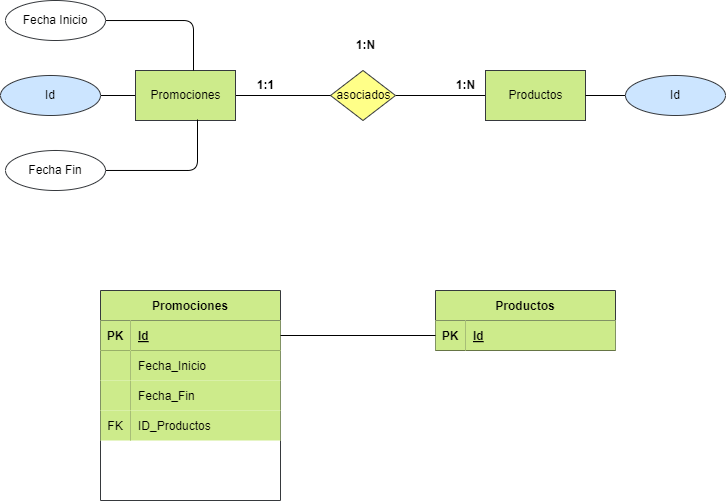
Earlier version of the draw.io export Ejercicio2/ejercicio14.drawio.png (SaulHdez93/BAE). Source tidied: cells renumbered, new cells last; positions are measured from the earlier drawing's top-left corner, leaving out a move shared by most shapes. Source of this version:
```xml
<mxGraphModel>
  <root>
    <mxCell id="0" />
    <mxCell id="1" parent="0" />
    <mxCell id="2" value="Libro" style="html=1;dashed=0;whitespace=wrap;fillColor=#cdeb8b;strokeColor=#36393d;" parent="1" vertex="1">
      <mxGeometry x="135" y="70" width="100" height="50" as="geometry" />
    </mxCell>
    <mxCell id="3" style="edgeStyle=none;html=1;fontColor=#000000;endArrow=none;endFill=0;" parent="1" edge="1" source="4" target="8">
      <mxGeometry relative="1" as="geometry" />
    </mxCell>
    <mxCell id="4" value="asociados" style="shape=rhombus;html=1;dashed=0;whitespace=wrap;perimeter=rhombusPerimeter;fillColor=#ffff88;strokeColor=#36393d;fontColor=#000000;" parent="1" vertex="1">
      <mxGeometry x="330" y="70" width="65" height="50" as="geometry" />
    </mxCell>
    <mxCell id="5" style="edgeStyle=none;html=1;fontColor=#000000;endArrow=none;endFill=0;" parent="1" edge="1" source="7" target="4">
      <mxGeometry relative="1" as="geometry" />
    </mxCell>
    <mxCell id="6" style="edgeStyle=none;html=1;endArrow=none;endFill=0;" parent="1" edge="1" source="7" target="37">
      <mxGeometry relative="1" as="geometry" />
    </mxCell>
    <mxCell id="7" value="Promociones" style="html=1;dashed=0;whitespace=wrap;fillColor=#cdeb8b;strokeColor=#36393d;fontColor=#000000;" parent="1" vertex="1">
      <mxGeometry x="135" y="70" width="100" height="50" as="geometry" />
    </mxCell>
    <mxCell id="8" value="Productos" style="html=1;dashed=0;whitespace=wrap;fillColor=#cdeb8b;strokeColor=#36393d;fontColor=#000000;" parent="1" vertex="1">
      <mxGeometry x="485" y="70" width="100" height="50" as="geometry" />
    </mxCell>
    <mxCell id="9" value="&lt;b&gt;1:1&lt;/b&gt;" style="text;html=1;align=center;verticalAlign=middle;strokeColor=none;fillColor=none;fontColor=#000000;" parent="1" vertex="1">
      <mxGeometry x="245" y="70" width="40" height="30" as="geometry" />
    </mxCell>
    <mxCell id="10" value="&lt;b&gt;1:N&lt;/b&gt;" style="text;html=1;align=center;verticalAlign=middle;strokeColor=none;fillColor=none;fontColor=#000000;" parent="1" vertex="1">
      <mxGeometry x="445" y="70" width="40" height="30" as="geometry" />
    </mxCell>
    <mxCell id="11" value="&lt;b&gt;1:N&lt;/b&gt;" style="text;html=1;align=center;verticalAlign=middle;strokeColor=none;fillColor=none;fontColor=#000000;" parent="1" vertex="1">
      <mxGeometry x="345" y="30" width="40" height="30" as="geometry" />
    </mxCell>
    <mxCell id="12" style="edgeStyle=orthogonalEdgeStyle;html=1;fontColor=#000000;endArrow=none;endFill=0;" parent="1" edge="1" source="13" target="8">
      <mxGeometry relative="1" as="geometry" />
    </mxCell>
    <mxCell id="13" value="Id" style="ellipse;whiteSpace=wrap;html=1;align=center;fillColor=#cce5ff;strokeColor=#36393d;fontColor=#000000;" parent="1" vertex="1">
      <mxGeometry x="625" y="75" width="100" height="40" as="geometry" />
    </mxCell>
    <mxCell id="14" style="edgeStyle=orthogonalEdgeStyle;html=1;entryX=0.58;entryY=0;entryDx=0;entryDy=0;entryPerimeter=0;endArrow=none;endFill=0;" parent="1" edge="1" source="15" target="7">
      <mxGeometry relative="1" as="geometry" />
    </mxCell>
    <mxCell id="15" value="Fecha Inicio" style="ellipse;whiteSpace=wrap;html=1;align=center;fillColor=#FFFFFF;strokeColor=#36393d;fontColor=#000000;" parent="1" vertex="1">
      <mxGeometry x="5" width="100" height="40" as="geometry" />
    </mxCell>
    <mxCell id="16" style="edgeStyle=orthogonalEdgeStyle;html=1;entryX=0.62;entryY=0.98;entryDx=0;entryDy=0;entryPerimeter=0;endArrow=none;endFill=0;" parent="1" edge="1" source="17" target="7">
      <mxGeometry relative="1" as="geometry" />
    </mxCell>
    <mxCell id="17" value="Fecha Fin" style="ellipse;whiteSpace=wrap;html=1;align=center;fillColor=#FFFFFF;strokeColor=#36393d;fontColor=#000000;" parent="1" vertex="1">
      <mxGeometry x="5" y="150" width="100" height="40" as="geometry" />
    </mxCell>
    <mxCell id="18" value="Promociones" style="shape=table;startSize=30;rowLines=0;fontStyle=1;align=center;fillColor=#cdeb8b;strokeColor=#36393d;fontColor=#000000;" parent="1" vertex="1">
      <mxGeometry x="100" y="290" width="180" height="210" as="geometry" />
    </mxCell>
    <mxCell id="19" style="shape=tableRow;horizontal=0;startSize=0;swimlaneHead=0;swimlaneBody=0;fillColor=none;points=[[0,0.5],[1,0.5]];portConstraint=eastwest;top=0;left=0;right=0;bottom=1;fontColor=#000000;" parent="18" vertex="1">
      <mxGeometry y="30" width="180" height="30" as="geometry" />
    </mxCell>
    <mxCell id="20" value="PK" style="shape=partialRectangle;fillColor=#cdeb8b;top=0;left=0;bottom=0;right=0;fontStyle=1;overflow=hidden;strokeColor=#36393d;fontColor=#000000;" parent="19" vertex="1">
      <mxGeometry width="30" height="30" as="geometry" />
    </mxCell>
    <mxCell id="21" value="Id" style="shape=partialRectangle;fillColor=#cdeb8b;top=0;left=0;bottom=0;right=0;align=left;spacingLeft=6;fontStyle=5;overflow=hidden;strokeColor=#36393d;fontColor=#000000;" parent="19" vertex="1">
      <mxGeometry x="30" width="150" height="30" as="geometry" />
    </mxCell>
    <mxCell id="22" style="shape=tableRow;horizontal=0;startSize=0;swimlaneHead=0;swimlaneBody=0;fillColor=none;top=0;left=0;right=0;bottom=0;fontColor=#000000;" parent="18" vertex="1">
      <mxGeometry y="60" width="180" height="30" as="geometry" />
    </mxCell>
    <mxCell id="23" style="shape=partialRectangle;fillColor=#cdeb8b;top=0;left=0;bottom=0;right=0;overflow=hidden;strokeColor=#82b366;" parent="22" vertex="1">
      <mxGeometry width="30" height="30" as="geometry" />
    </mxCell>
    <mxCell id="24" value="Fecha_Inicio    " style="shape=partialRectangle;fillColor=#cdeb8b;top=0;left=0;bottom=0;right=0;align=left;spacingLeft=6;overflow=hidden;strokeColor=#82b366;labelBackgroundColor=none;fontColor=#000000;" parent="22" vertex="1">
      <mxGeometry x="30" width="150" height="30" as="geometry" />
    </mxCell>
    <mxCell id="25" style="shape=tableRow;horizontal=0;startSize=0;swimlaneHead=0;swimlaneBody=0;fillColor=none;top=0;left=0;right=0;bottom=0;fontColor=#000000;" parent="18" vertex="1">
      <mxGeometry y="90" width="180" height="30" as="geometry" />
    </mxCell>
    <mxCell id="26" style="shape=partialRectangle;fillColor=#cdeb8b;top=0;left=0;bottom=0;right=0;overflow=hidden;strokeColor=#82b366;" parent="25" vertex="1">
      <mxGeometry width="30" height="30" as="geometry" />
    </mxCell>
    <mxCell id="27" value="Fecha_Fin" style="shape=partialRectangle;fillColor=#cdeb8b;top=0;left=0;bottom=0;right=0;align=left;spacingLeft=6;overflow=hidden;strokeColor=#82b366;labelBackgroundColor=none;fontColor=#000000;" parent="25" vertex="1">
      <mxGeometry x="30" width="150" height="30" as="geometry" />
    </mxCell>
    <mxCell id="28" style="shape=tableRow;horizontal=0;startSize=0;swimlaneHead=0;swimlaneBody=0;fillColor=none;points=[[0,0.5],[1,0.5]];portConstraint=eastwest;top=0;left=0;right=0;bottom=0;fontColor=#000000;" parent="18" vertex="1">
      <mxGeometry y="120" width="180" height="30" as="geometry" />
    </mxCell>
    <mxCell id="29" value="FK" style="shape=partialRectangle;fillColor=#cdeb8b;top=0;left=0;bottom=0;right=0;overflow=hidden;strokeColor=#82b366;fontColor=#000000;" parent="28" vertex="1">
      <mxGeometry width="30" height="30" as="geometry" />
    </mxCell>
    <mxCell id="30" value="ID_Productos" style="shape=partialRectangle;fillColor=#cdeb8b;top=0;left=0;bottom=0;right=0;align=left;spacingLeft=6;overflow=hidden;strokeColor=#82b366;labelBackgroundColor=none;fontColor=#000000;" parent="28" vertex="1">
      <mxGeometry x="30" width="150" height="30" as="geometry" />
    </mxCell>
    <mxCell id="31" value="Productos" style="shape=table;startSize=30;rowLines=0;fontStyle=1;align=center;fillColor=#cdeb8b;strokeColor=#36393d;fontColor=#000000;" parent="1" vertex="1">
      <mxGeometry x="435" y="290" width="180" height="60" as="geometry" />
    </mxCell>
    <mxCell id="32" style="shape=tableRow;horizontal=0;startSize=0;swimlaneHead=0;swimlaneBody=0;fillColor=none;points=[[0,0.5],[1,0.5]];portConstraint=eastwest;top=0;left=0;right=0;bottom=1;fontColor=#000000;" parent="31" vertex="1">
      <mxGeometry y="30" width="180" height="30" as="geometry" />
    </mxCell>
    <mxCell id="33" value="PK" style="shape=partialRectangle;fillColor=#cdeb8b;top=0;left=0;bottom=0;right=0;fontStyle=1;overflow=hidden;strokeColor=#36393d;fontColor=#000000;" parent="32" vertex="1">
      <mxGeometry width="30" height="30" as="geometry" />
    </mxCell>
    <mxCell id="34" value="Id" style="shape=partialRectangle;fillColor=#cdeb8b;top=0;left=0;bottom=0;right=0;align=left;spacingLeft=6;fontStyle=5;overflow=hidden;strokeColor=#36393d;fontColor=#000000;" parent="32" vertex="1">
      <mxGeometry x="30" width="150" height="30" as="geometry" />
    </mxCell>
    <mxCell id="35" style="shape=tableRow;horizontal=0;startSize=0;swimlaneHead=0;swimlaneBody=0;fillColor=none;top=0;left=0;right=0;bottom=0;fontColor=#000000;" parent="1" vertex="1">
      <mxGeometry x="105" y="380" width="180" height="30" as="geometry" />
    </mxCell>
    <mxCell id="36" style="edgeStyle=none;html=1;endArrow=none;endFill=0;" parent="1" edge="1" source="32" target="19">
      <mxGeometry relative="1" as="geometry" />
    </mxCell>
    <mxCell id="37" value="Id" style="ellipse;whiteSpace=wrap;html=1;align=center;fillColor=#cce5ff;strokeColor=#36393d;fontColor=#000000;" parent="1" vertex="1">
      <mxGeometry y="75" width="100" height="40" as="geometry" />
    </mxCell>
  </root>
</mxGraphModel>
```
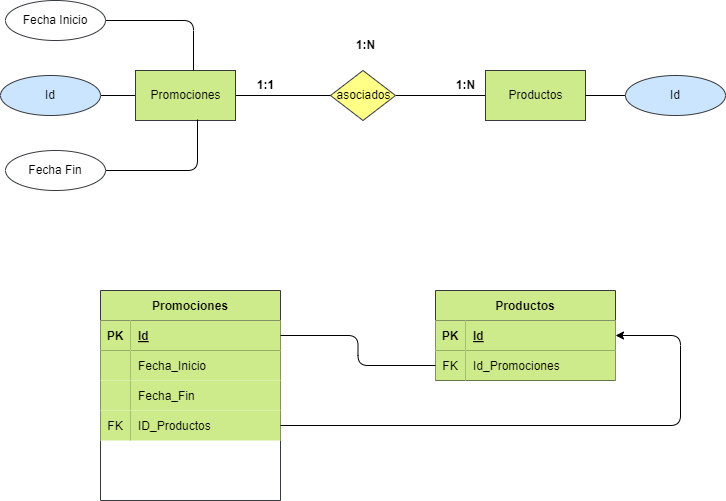
The same diagram one commit later.

Commit message:
Revisando el ejercicio

Diff of the diagram source:
```diff
@@ -90,7 +90,7 @@
       <mxGeometry x="30" width="150" height="30" as="geometry" />
     </mxCell>
     <mxCell id="31" value="Productos" style="shape=table;startSize=30;rowLines=0;fontStyle=1;align=center;fillColor=#cdeb8b;strokeColor=#36393d;fontColor=#000000;" parent="1" vertex="1">
-      <mxGeometry x="435" y="290" width="180" height="60" as="geometry" />
+      <mxGeometry x="435" y="290" width="180" height="90" as="geometry" />
     </mxCell>
     <mxCell id="32" style="shape=tableRow;horizontal=0;startSize=0;swimlaneHead=0;swimlaneBody=0;fillColor=none;points=[[0,0.5],[1,0.5]];portConstraint=eastwest;top=0;left=0;right=0;bottom=1;fontColor=#000000;" parent="31" vertex="1">
       <mxGeometry y="30" width="180" height="30" as="geometry" />
@@ -101,14 +101,31 @@
     <mxCell id="34" value="Id" style="shape=partialRectangle;fillColor=#cdeb8b;top=0;left=0;bottom=0;right=0;align=left;spacingLeft=6;fontStyle=5;overflow=hidden;strokeColor=#36393d;fontColor=#000000;" parent="32" vertex="1">
       <mxGeometry x="30" width="150" height="30" as="geometry" />
     </mxCell>
+    <mxCell id="38" style="shape=tableRow;horizontal=0;startSize=0;swimlaneHead=0;swimlaneBody=0;fillColor=none;points=[[0,0.5],[1,0.5]];portConstraint=eastwest;top=0;left=0;right=0;bottom=1;fontColor=#000000;" parent="31" vertex="1">
+      <mxGeometry y="60" width="180" height="30" as="geometry" />
+    </mxCell>
+    <mxCell id="39" value="FK" style="shape=partialRectangle;fillColor=#cdeb8b;top=0;left=0;bottom=0;right=0;fontStyle=0;overflow=hidden;strokeColor=#36393d;fontColor=#000000;" parent="38" vertex="1">
+      <mxGeometry width="30" height="30" as="geometry" />
+    </mxCell>
+    <mxCell id="40" value="Id_Promociones" style="shape=partialRectangle;fillColor=#cdeb8b;top=0;left=0;bottom=0;right=0;align=left;spacingLeft=6;fontStyle=0;overflow=hidden;strokeColor=#36393d;fontColor=#000000;" parent="38" vertex="1">
+      <mxGeometry x="30" width="150" height="30" as="geometry" />
+    </mxCell>
     <mxCell id="35" style="shape=tableRow;horizontal=0;startSize=0;swimlaneHead=0;swimlaneBody=0;fillColor=none;top=0;left=0;right=0;bottom=0;fontColor=#000000;" parent="1" vertex="1">
       <mxGeometry x="105" y="380" width="180" height="30" as="geometry" />
     </mxCell>
-    <mxCell id="36" style="edgeStyle=none;html=1;endArrow=none;endFill=0;" parent="1" edge="1" source="32" target="19">
+    <mxCell id="36" style="edgeStyle=orthogonalEdgeStyle;html=1;endArrow=none;endFill=0;exitX=0;exitY=0.5;exitDx=0;exitDy=0;" parent="1" edge="1" source="38" target="19">
       <mxGeometry relative="1" as="geometry" />
     </mxCell>
     <mxCell id="37" value="Id" style="ellipse;whiteSpace=wrap;html=1;align=center;fillColor=#cce5ff;strokeColor=#36393d;fontColor=#000000;" parent="1" vertex="1">
       <mxGeometry y="75" width="100" height="40" as="geometry" />
     </mxCell>
+    <mxCell id="41" style="edgeStyle=orthogonalEdgeStyle;html=1;exitX=1;exitY=0.5;exitDx=0;exitDy=0;" parent="1" edge="1" source="28" target="32">
+      <mxGeometry relative="1" as="geometry">
+        <Array as="points">
+          <mxPoint x="680" y="425" />
+          <mxPoint x="680" y="335" />
+        </Array>
+      </mxGeometry>
+    </mxCell>
   </root>
 </mxGraphModel>
```
